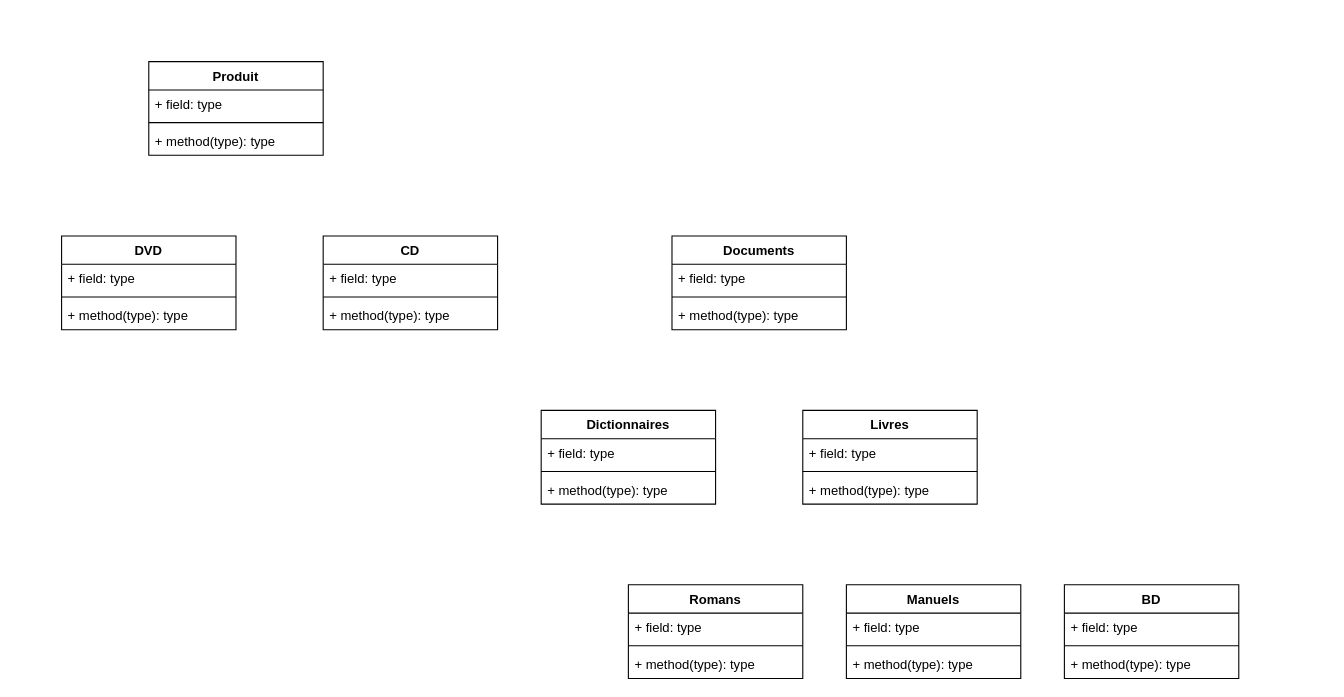
Above: UML.drawio in Harsisis/Java_project (draw.io), before the change. Source tidied: cells renumbered, new cells numbered last; positions are measured from the earlier drawing's top-left corner, leaving out a move shared by most shapes. Both pictures are drawn from the tidied source at 109%, with x=0, y=0 at pixel (61, 61).
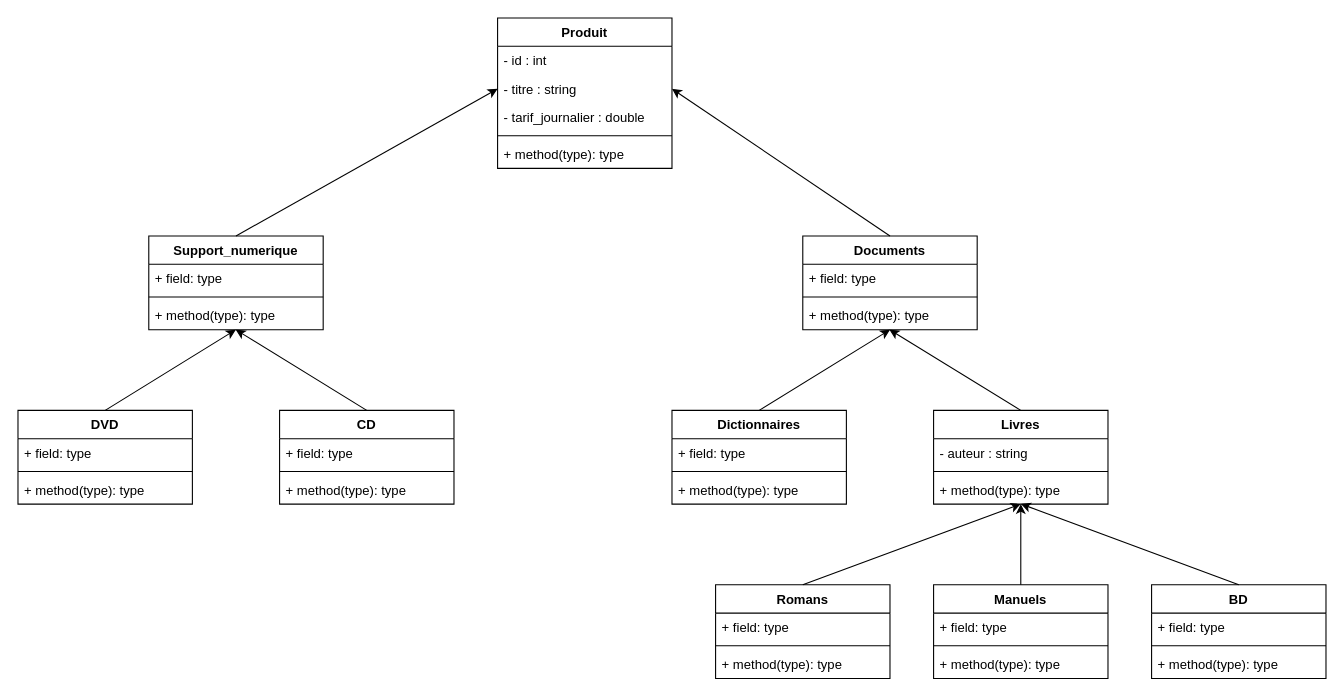
Above is the later version.

The change refers to these unchanged cells:
```xml
<mxCell id="17" value="+ method(type): type" style="text;strokeColor=none;fillColor=none;align=left;verticalAlign=top;spacingLeft=4;spacingRight=4;overflow=hidden;points=[[0,0.5],[1,0.5]];portConstraint=eastwest;" parent="14" vertex="1">
  <mxGeometry y="60" width="160" height="26" as="geometry" />
</mxCell>
<mxCell id="25" value="+ method(type): type" style="text;strokeColor=none;fillColor=none;align=left;verticalAlign=top;spacingLeft=4;spacingRight=4;overflow=hidden;points=[[0,0.5],[1,0.5]];portConstraint=eastwest;" parent="22" vertex="1">
  <mxGeometry y="60" width="160" height="26" as="geometry" />
</mxCell>
```

What changed in the source:
```diff
@@
-    <mxCell id="2" value="Produit" style="swimlane;fontStyle=1;align=center;verticalAlign=top;horizontal=1;startSize=26;" parent="1" vertex="1">
-      <mxGeometry x="80" width="160" height="86" as="geometry" />
-    </mxCell>
-    <mxCell id="3" value="+ field: type" style="text;strokeColor=none;fillColor=none;align=left;verticalAlign=top;spacingLeft=4;spacingRight=4;overflow=hidden;" parent="2" vertex="1">
-      <mxGeometry y="26" width="160" height="26" as="geometry" />
-    </mxCell>
-    <mxCell id="4" style="line;strokeWidth=1;fillColor=none;align=left;verticalAlign=middle;spacingTop=-1;spacingLeft=3;spacingRight=3;labelPosition=right;" parent="2" vertex="1">
-      <mxGeometry y="52" width="160" height="8" as="geometry" />
-    </mxCell>
-    <mxCell id="5" value="+ method(type): type" style="text;strokeColor=none;fillColor=none;align=left;verticalAlign=top;spacingLeft=4;spacingRight=4;overflow=hidden;" parent="2" vertex="1">
-      <mxGeometry y="60" width="160" height="26" as="geometry" />
-    </mxCell>
     <mxCell id="6" value="DVD" style="swimlane;fontStyle=1;align=center;verticalAlign=top;horizontal=1;startSize=26;" parent="1" vertex="1">
-      <mxGeometry y="160" width="160" height="86" as="geometry" />
+      <mxGeometry x="-40" y="320" width="160" height="86" as="geometry" />
     </mxCell>
@@
     <mxCell id="10" value="CD" style="swimlane;fontStyle=1;align=center;verticalAlign=top;horizontal=1;startSize=26;" parent="1" vertex="1">
-      <mxGeometry x="240" y="160" width="160" height="86" as="geometry" />
+      <mxGeometry x="200" y="320" width="160" height="86" as="geometry" />
     </mxCell>
@@
+    <mxCell id="38" value="Support_numerique" style="swimlane;fontStyle=1;align=center;verticalAlign=top;horizontal=1;startSize=26;" parent="1" vertex="1">
+      <mxGeometry x="80" y="160" width="160" height="86" as="geometry" />
+    </mxCell>
+    <mxCell id="39" value="+ field: type" style="text;strokeColor=none;fillColor=none;align=left;verticalAlign=top;spacingLeft=4;spacingRight=4;overflow=hidden;" parent="38" vertex="1">
+      <mxGeometry y="26" width="160" height="26" as="geometry" />
+    </mxCell>
+    <mxCell id="40" style="line;strokeWidth=1;fillColor=none;align=left;verticalAlign=middle;spacingTop=-1;spacingLeft=3;spacingRight=3;labelPosition=right;" parent="38" vertex="1">
+      <mxGeometry y="52" width="160" height="8" as="geometry" />
+    </mxCell>
+    <mxCell id="41" value="+ method(type): type" style="text;strokeColor=none;fillColor=none;align=left;verticalAlign=top;spacingLeft=4;spacingRight=4;overflow=hidden;" parent="38" vertex="1">
+      <mxGeometry y="60" width="160" height="26" as="geometry" />
+    </mxCell>
     <mxCell id="14" value="Documents" style="swimlane;fontStyle=1;align=center;verticalAlign=top;horizontal=1;startSize=26;" parent="1" vertex="1">
-      <mxGeometry x="560" y="160" width="160" height="86" as="geometry" />
+      <mxGeometry x="680" y="160" width="160" height="86" as="geometry" />
     </mxCell>
@@
     <mxCell id="18" value="Dictionnaires" style="swimlane;fontStyle=1;align=center;verticalAlign=top;horizontal=1;startSize=26;" parent="1" vertex="1">
-      <mxGeometry x="440" y="320" width="160" height="86" as="geometry" />
+      <mxGeometry x="560" y="320" width="160" height="86" as="geometry" />
     </mxCell>
@@
     <mxCell id="22" value="Livres" style="swimlane;fontStyle=1;align=center;verticalAlign=top;horizontal=1;startSize=26;" parent="1" vertex="1">
-      <mxGeometry x="680" y="320" width="160" height="86" as="geometry" />
+      <mxGeometry x="800" y="320" width="160" height="86" as="geometry" />
     </mxCell>
-    <mxCell id="23" value="+ field: type" style="text;strokeColor=none;fillColor=none;align=left;verticalAlign=top;spacingLeft=4;spacingRight=4;overflow=hidden;" parent="22" vertex="1">
+    <mxCell id="23" value="- auteur : string" style="text;strokeColor=none;fillColor=none;align=left;verticalAlign=top;spacingLeft=4;spacingRight=4;overflow=hidden;" parent="22" vertex="1">
       <mxGeometry y="26" width="160" height="26" as="geometry" />
     </mxCell>
@@
+    <mxCell id="34" value="BD" style="swimlane;fontStyle=1;align=center;verticalAlign=top;horizontal=1;startSize=26;" parent="1" vertex="1">
+      <mxGeometry x="1000" y="480" width="160" height="86" as="geometry" />
+    </mxCell>
+    <mxCell id="35" value="+ field: type" style="text;strokeColor=none;fillColor=none;align=left;verticalAlign=top;spacingLeft=4;spacingRight=4;overflow=hidden;" parent="34" vertex="1">
+      <mxGeometry y="26" width="160" height="26" as="geometry" />
+    </mxCell>
+    <mxCell id="36" style="line;strokeWidth=1;fillColor=none;align=left;verticalAlign=middle;spacingTop=-1;spacingLeft=3;spacingRight=3;labelPosition=right;" parent="34" vertex="1">
+      <mxGeometry y="52" width="160" height="8" as="geometry" />
+    </mxCell>
+    <mxCell id="37" value="+ method(type): type" style="text;strokeColor=none;fillColor=none;align=left;verticalAlign=top;spacingLeft=4;spacingRight=4;overflow=hidden;" parent="34" vertex="1">
+      <mxGeometry y="60" width="160" height="26" as="geometry" />
+    </mxCell>
+    <mxCell id="30" value="Manuels" style="swimlane;fontStyle=1;align=center;verticalAlign=top;horizontal=1;startSize=26;" parent="1" vertex="1">
+      <mxGeometry x="800" y="480" width="160" height="86" as="geometry" />
+    </mxCell>
+    <mxCell id="31" value="+ field: type" style="text;strokeColor=none;fillColor=none;align=left;verticalAlign=top;spacingLeft=4;spacingRight=4;overflow=hidden;" parent="30" vertex="1">
+      <mxGeometry y="26" width="160" height="26" as="geometry" />
+    </mxCell>
+    <mxCell id="32" style="line;strokeWidth=1;fillColor=none;align=left;verticalAlign=middle;spacingTop=-1;spacingLeft=3;spacingRight=3;labelPosition=right;" parent="30" vertex="1">
+      <mxGeometry y="52" width="160" height="8" as="geometry" />
+    </mxCell>
+    <mxCell id="33" value="+ method(type): type" style="text;strokeColor=none;fillColor=none;align=left;verticalAlign=top;spacingLeft=4;spacingRight=4;overflow=hidden;" parent="30" vertex="1">
+      <mxGeometry y="60" width="160" height="26" as="geometry" />
+    </mxCell>
     <mxCell id="26" value="Romans" style="swimlane;fontStyle=1;align=center;verticalAlign=top;horizontal=1;startSize=26;" parent="1" vertex="1">
-      <mxGeometry x="520" y="480" width="160" height="86" as="geometry" />
+      <mxGeometry x="600" y="480" width="160" height="86" as="geometry" />
     </mxCell>
@@
-    <mxCell id="30" value="Manuels" style="swimlane;fontStyle=1;align=center;verticalAlign=top;horizontal=1;startSize=26;" parent="1" vertex="1">
-      <mxGeometry x="720" y="480" width="160" height="86" as="geometry" />
-    </mxCell>
-    <mxCell id="31" value="+ field: type" style="text;strokeColor=none;fillColor=none;align=left;verticalAlign=top;spacingLeft=4;spacingRight=4;overflow=hidden;" parent="30" vertex="1">
-      <mxGeometry y="26" width="160" height="26" as="geometry" />
-    </mxCell>
-    <mxCell id="32" style="line;strokeWidth=1;fillColor=none;align=left;verticalAlign=middle;spacingTop=-1;spacingLeft=3;spacingRight=3;labelPosition=right;" parent="30" vertex="1">
-      <mxGeometry y="52" width="160" height="8" as="geometry" />
-    </mxCell>
-    <mxCell id="33" value="+ method(type): type" style="text;strokeColor=none;fillColor=none;align=left;verticalAlign=top;spacingLeft=4;spacingRight=4;overflow=hidden;" parent="30" vertex="1">
-      <mxGeometry y="60" width="160" height="26" as="geometry" />
-    </mxCell>
-    <mxCell id="34" value="BD" style="swimlane;fontStyle=1;align=center;verticalAlign=top;horizontal=1;startSize=26;" parent="1" vertex="1">
-      <mxGeometry x="920" y="480" width="160" height="86" as="geometry" />
-    </mxCell>
-    <mxCell id="35" value="+ field: type" style="text;strokeColor=none;fillColor=none;align=left;verticalAlign=top;spacingLeft=4;spacingRight=4;overflow=hidden;" parent="34" vertex="1">
-      <mxGeometry y="26" width="160" height="26" as="geometry" />
-    </mxCell>
-    <mxCell id="36" style="line;strokeWidth=1;fillColor=none;align=left;verticalAlign=middle;spacingTop=-1;spacingLeft=3;spacingRight=3;labelPosition=right;" parent="34" vertex="1">
-      <mxGeometry y="52" width="160" height="8" as="geometry" />
-    </mxCell>
-    <mxCell id="37" value="+ method(type): type" style="text;strokeColor=none;fillColor=none;align=left;verticalAlign=top;spacingLeft=4;spacingRight=4;overflow=hidden;" parent="34" vertex="1">
-      <mxGeometry y="60" width="160" height="26" as="geometry" />
-    </mxCell>
+    <mxCell id="2" value="Produit" style="swimlane;fontStyle=1;align=center;verticalAlign=top;horizontal=1;startSize=26;" parent="1" vertex="1">
+      <mxGeometry x="400" y="-40" width="160" height="138" as="geometry" />
+    </mxCell>
+    <mxCell id="3" value="- id : int" style="text;strokeColor=none;fillColor=none;align=left;verticalAlign=top;spacingLeft=4;spacingRight=4;overflow=hidden;" parent="2" vertex="1">
+      <mxGeometry y="26" width="160" height="26" as="geometry" />
+    </mxCell>
+    <mxCell id="42" value="- titre : string" style="text;strokeColor=none;fillColor=none;align=left;verticalAlign=top;spacingLeft=4;spacingRight=4;overflow=hidden;points=[[0,0.5],[1,0.5]];portConstraint=eastwest;" parent="2" vertex="1">
+      <mxGeometry y="52" width="160" height="26" as="geometry" />
+    </mxCell>
+    <mxCell id="43" value="- tarif_journalier : double" style="text;strokeColor=none;fillColor=none;align=left;verticalAlign=top;spacingLeft=4;spacingRight=4;overflow=hidden;" parent="2" vertex="1">
+      <mxGeometry y="78" width="160" height="26" as="geometry" />
+    </mxCell>
+    <mxCell id="4" style="line;strokeWidth=1;fillColor=none;align=left;verticalAlign=middle;spacingTop=-1;spacingLeft=3;spacingRight=3;labelPosition=right;" parent="2" vertex="1">
+      <mxGeometry y="104" width="160" height="8" as="geometry" />
+    </mxCell>
+    <mxCell id="5" value="+ method(type): type" style="text;strokeColor=none;fillColor=none;align=left;verticalAlign=top;spacingLeft=4;spacingRight=4;overflow=hidden;" parent="2" vertex="1">
+      <mxGeometry y="112" width="160" height="26" as="geometry" />
+    </mxCell>
+    <mxCell id="44" style="endArrow=classic;html=1;entryX=1;entryY=0.5;entryDx=0;entryDy=0;exitX=0.5;exitY=0;exitDx=0;exitDy=0;" parent="1" edge="1" source="14" target="42">
+      <mxGeometry relative="1" as="geometry" />
+    </mxCell>
+    <mxCell id="45" style="endArrow=classic;html=1;entryX=0;entryY=0.5;entryDx=0;entryDy=0;exitX=0.5;exitY=0;exitDx=0;exitDy=0;" parent="1" edge="1" source="38" target="42">
+      <mxGeometry relative="1" as="geometry" />
+    </mxCell>
+    <mxCell id="46" style="endArrow=classic;html=1;entryX=0.5;entryY=1;entryDx=0;entryDy=0;exitX=0.5;exitY=0;exitDx=0;exitDy=0;" parent="1" edge="1" source="18" target="14">
+      <mxGeometry relative="1" as="geometry" />
+    </mxCell>
+    <mxCell id="47" style="endArrow=classic;html=1;entryX=0.497;entryY=0.998;entryDx=0;entryDy=0;entryPerimeter=0;exitX=0.5;exitY=0;exitDx=0;exitDy=0;" parent="1" edge="1" source="22" target="17">
+      <mxGeometry relative="1" as="geometry" />
+    </mxCell>
+    <mxCell id="48" style="endArrow=classic;html=1;exitX=0.5;exitY=0;exitDx=0;exitDy=0;entryX=0.501;entryY=0.994;entryDx=0;entryDy=0;entryPerimeter=0;" parent="1" edge="1" source="34" target="25">
+      <mxGeometry relative="1" as="geometry" />
+    </mxCell>
+    <mxCell id="49" style="endArrow=classic;html=1;exitX=0.5;exitY=0;exitDx=0;exitDy=0;entryX=0.5;entryY=1;entryDx=0;entryDy=0;" parent="1" edge="1" source="30" target="22">
+      <mxGeometry relative="1" as="geometry" />
+    </mxCell>
+    <mxCell id="50" style="endArrow=classic;html=1;exitX=0.5;exitY=0;exitDx=0;exitDy=0;entryX=0.499;entryY=1.001;entryDx=0;entryDy=0;entryPerimeter=0;" parent="1" edge="1" source="26" target="25">
+      <mxGeometry relative="1" as="geometry" />
+    </mxCell>
+    <mxCell id="51" style="endArrow=classic;html=1;exitX=0.5;exitY=0;exitDx=0;exitDy=0;entryX=0.5;entryY=1;entryDx=0;entryDy=0;" parent="1" edge="1" source="10">
+      <mxGeometry relative="1" as="geometry">
+        <mxPoint x="159.8" y="246" as="targetPoint" />
+      </mxGeometry>
+    </mxCell>
+    <mxCell id="52" style="endArrow=classic;html=1;exitX=0.5;exitY=0;exitDx=0;exitDy=0;entryX=0.5;entryY=1;entryDx=0;entryDy=0;" parent="1" edge="1" source="6">
+      <mxGeometry relative="1" as="geometry">
+        <mxPoint x="159.8" y="246" as="targetPoint" />
+      </mxGeometry>
+    </mxCell>
```
